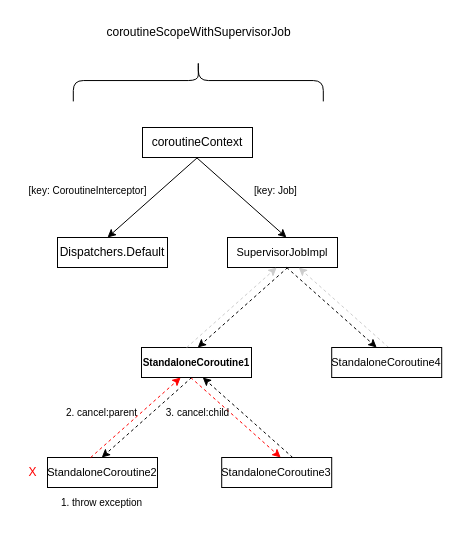
The draw.io diagram Supervisor-wrong.drawio in chdhy/ImageHosting, before the edit. Source tidied: cells renumbered, new cells numbered last; positions are measured from the earlier drawing's top-left corner, leaving out a move shared by most shapes. Both pictures are drawn from the tidied source at 100%, with x=0, y=0 at pixel (17, 17).
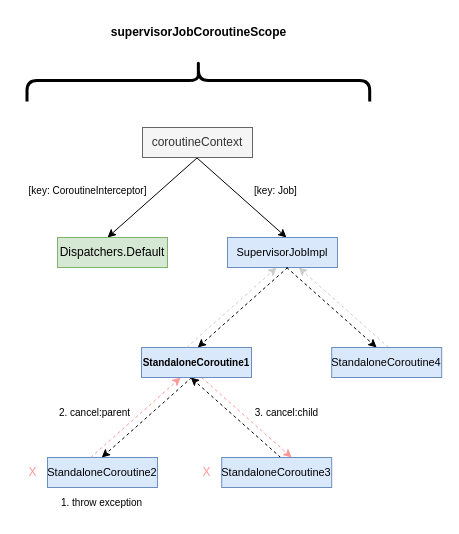
The same diagram, later.

Diff of the diagram source:
```diff
@@
-    <mxCell id="2" value="StandaloneCoroutine2" style="rounded=0;whiteSpace=wrap;html=1;fontSize=11;" parent="1" vertex="1">
+    <mxCell id="2" value="StandaloneCoroutine2" style="rounded=0;whiteSpace=wrap;html=1;fontSize=11;fillColor=#dae8fc;strokeColor=#6c8ebf;" parent="1" vertex="1">
       <mxGeometry x="30" y="440" width="110" height="30" as="geometry" />
     </mxCell>
@@
-    <mxCell id="4" style="endArrow=classic;html=1;rounded=0;fontColor=#FF0000;strokeColor=#FF0000;dashed=1;" parent="1" edge="1">
+    <mxCell id="4" style="endArrow=classic;html=1;rounded=0;fontColor=#FF0000;strokeColor=#FF9999;dashed=1;" parent="1" edge="1">
       <mxGeometry relative="1" as="geometry">
         <mxPoint x="73.2" y="440" as="sourcePoint" />
         <mxPoint x="163.2" y="360" as="targetPoint" />
       </mxGeometry>
     </mxCell>
     <mxCell id="5" value="2. cancel:parent" style="text;html=1;align=center;verticalAlign=middle;strokeColor=none;fillColor=none;fontSize=10;" parent="1" vertex="1">
-      <mxGeometry x="39.2" y="380" width="90" height="30" as="geometry" />
+      <mxGeometry x="32.2" y="380" width="90" height="30" as="geometry" />
     </mxCell>
-    <mxCell id="6" style="endArrow=classic;html=1;rounded=0;strokeColor=#FF0000;dashed=1;" parent="1" edge="1">
+    <mxCell id="6" style="endArrow=classic;html=1;rounded=0;strokeColor=#FF9999;dashed=1;" parent="1" edge="1">
       <mxGeometry relative="1" as="geometry">
-        <mxPoint x="173.2" y="360" as="sourcePoint" />
-        <mxPoint x="263.2" y="440" as="targetPoint" />
+        <mxPoint x="184.2" y="360" as="sourcePoint" />
+        <mxPoint x="274.2" y="440" as="targetPoint" />
       </mxGeometry>
     </mxCell>
     <mxCell id="7" value="3. cancel:child" style="text;html=1;align=center;verticalAlign=middle;strokeColor=none;fillColor=none;fontSize=10;" parent="1" vertex="1">
-      <mxGeometry x="135" y="380" width="90" height="30" as="geometry" />
+      <mxGeometry x="224.2" y="380" width="90" height="30" as="geometry" />
     </mxCell>
     <mxCell id="8" style="endArrow=classic;html=1;rounded=0;dashed=1;" parent="1" edge="1">
       <mxGeometry relative="1" as="geometry">
-        <mxPoint x="275.2" y="440" as="sourcePoint" />
-        <mxPoint x="185.2" y="360" as="targetPoint" />
+        <mxPoint x="263.2" y="440" as="sourcePoint" />
+        <mxPoint x="173.2" y="360" as="targetPoint" />
       </mxGeometry>
     </mxCell>
-    <mxCell id="9" value="StandaloneCoroutine3" style="rounded=0;whiteSpace=wrap;html=1;fontSize=11;" parent="1" vertex="1">
+    <mxCell id="9" value="StandaloneCoroutine3" style="rounded=0;whiteSpace=wrap;html=1;fontSize=11;fillColor=#dae8fc;strokeColor=#6c8ebf;" parent="1" vertex="1">
       <mxGeometry x="204.2" y="440" width="110" height="30" as="geometry" />
     </mxCell>
-    <mxCell id="10" value="X" style="text;html=1;align=center;verticalAlign=middle;strokeColor=none;fillColor=none;fontColor=#FF0000;" parent="1" vertex="1">
+    <mxCell id="10" value="X" style="text;html=1;align=center;verticalAlign=middle;strokeColor=none;fillColor=none;fontColor=#FF9999;" parent="1" vertex="1">
       <mxGeometry y="440" width="30" height="30" as="geometry" />
     </mxCell>
@@
-    <mxCell id="12" style="shape=curlyBracket;whiteSpace=wrap;html=1;rounded=1;labelPosition=left;verticalLabelPosition=middle;align=right;verticalAlign=middle;direction=south;" parent="1" vertex="1">
-      <mxGeometry x="55.8" y="42.2" width="250" height="41.7" as="geometry" />
+    <mxCell id="12" style="shape=curlyBracket;whiteSpace=wrap;html=1;rounded=1;labelPosition=left;verticalLabelPosition=middle;align=right;verticalAlign=middle;direction=south;strokeWidth=3;" parent="1" vertex="1">
+      <mxGeometry x="9.5" y="42.2" width="342.7" height="41.7" as="geometry" />
     </mxCell>
-    <mxCell id="13" value="coroutineScopeWithSupervisorJob" style="text;html=1;align=center;verticalAlign=middle;strokeColor=none;fillColor=none;" parent="1" vertex="1">
-      <mxGeometry x="75.8" width="210" height="30" as="geometry" />
+    <mxCell id="13" value="supervisorJobCoroutineScope" style="text;html=1;align=center;verticalAlign=middle;strokeColor=none;fillColor=none;fontStyle=1;" parent="1" vertex="1">
+      <mxGeometry x="80.8" width="200" height="30" as="geometry" />
     </mxCell>
@@
-    <mxCell id="16" value="Dispatchers.Default" style="rounded=0;whiteSpace=wrap;html=1;" parent="1" vertex="1">
+    <mxCell id="16" value="Dispatchers.Default" style="rounded=0;whiteSpace=wrap;html=1;fillColor=#d5e8d4;strokeColor=#82b366;" parent="1" vertex="1">
       <mxGeometry x="40" y="220" width="110" height="30" as="geometry" />
     </mxCell>
-    <mxCell id="17" value="SupervisorJobImpl" style="rounded=0;whiteSpace=wrap;html=1;fontStyle=0;fontSize=11;" parent="1" vertex="1">
+    <mxCell id="17" value="SupervisorJobImpl" style="rounded=0;whiteSpace=wrap;html=1;fontStyle=0;fontSize=11;fillColor=#dae8fc;strokeColor=#6c8ebf;" parent="1" vertex="1">
       <mxGeometry x="210" y="220" width="110" height="30" as="geometry" />
     </mxCell>
-    <mxCell id="18" value="StandaloneCoroutine1" style="rounded=0;whiteSpace=wrap;html=1;fontSize=10;fontStyle=1;" parent="1" vertex="1">
+    <mxCell id="18" value="StandaloneCoroutine1" style="rounded=0;whiteSpace=wrap;html=1;fontSize=10;fontStyle=1;fillColor=#dae8fc;strokeColor=#6c8ebf;" parent="1" vertex="1">
       <mxGeometry x="124" y="330" width="110" height="30" as="geometry" />
     </mxCell>
@@
-    <mxCell id="21" value="coroutineContext" style="rounded=0;whiteSpace=wrap;html=1;" parent="1" vertex="1">
+    <mxCell id="21" value="coroutineContext" style="rounded=0;whiteSpace=wrap;html=1;fillColor=#f5f5f5;fontColor=#333333;strokeColor=#666666;" parent="1" vertex="1">
       <mxGeometry x="125" y="110" width="110" height="30" as="geometry" />
     </mxCell>
@@
-    <mxCell id="26" value="StandaloneCoroutine4" style="rounded=0;whiteSpace=wrap;html=1;fontSize=11;" parent="1" vertex="1">
+    <mxCell id="26" value="StandaloneCoroutine4" style="rounded=0;whiteSpace=wrap;html=1;fontSize=11;fillColor=#dae8fc;strokeColor=#6c8ebf;" parent="1" vertex="1">
       <mxGeometry x="314.2" y="330" width="110" height="30" as="geometry" />
     </mxCell>
+    <mxCell id="27" value="X" style="text;html=1;align=center;verticalAlign=middle;strokeColor=none;fillColor=none;fontColor=#FF9999;" parent="1" vertex="1">
+      <mxGeometry x="174.2" y="440" width="30" height="30" as="geometry" />
+    </mxCell>
```
